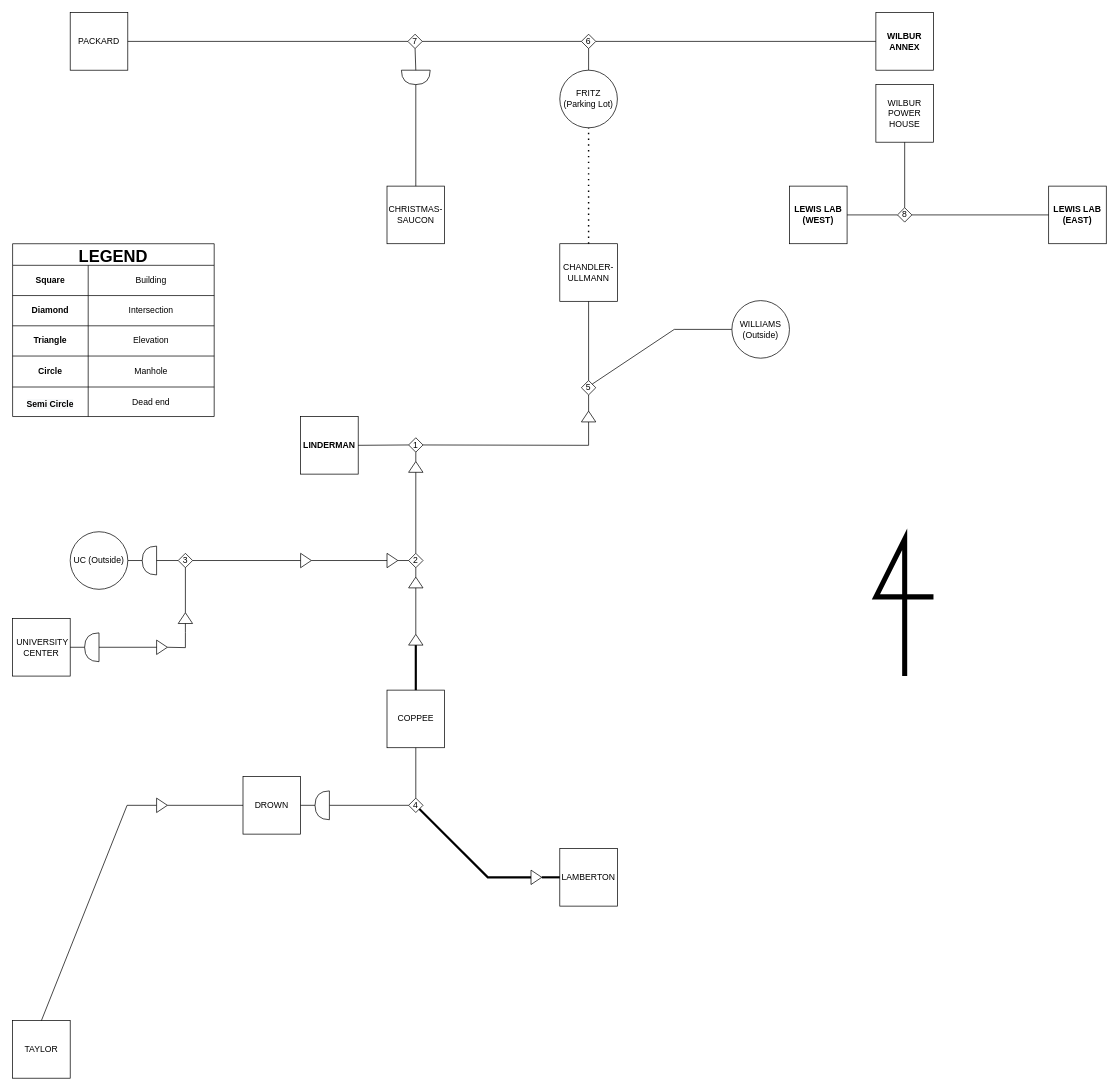
Earlier version of the draw.io diagram diagram.drawio (shun-ueda/lehigh-stream-tunnel). Source tidied: cells renumbered, new cells numbered last; positions are measured from the earlier drawing's top-left corner, leaving out a move shared by most shapes. Both pictures are drawn from the tidied source at 72%, with x=0, y=0 at pixel (12, 12).
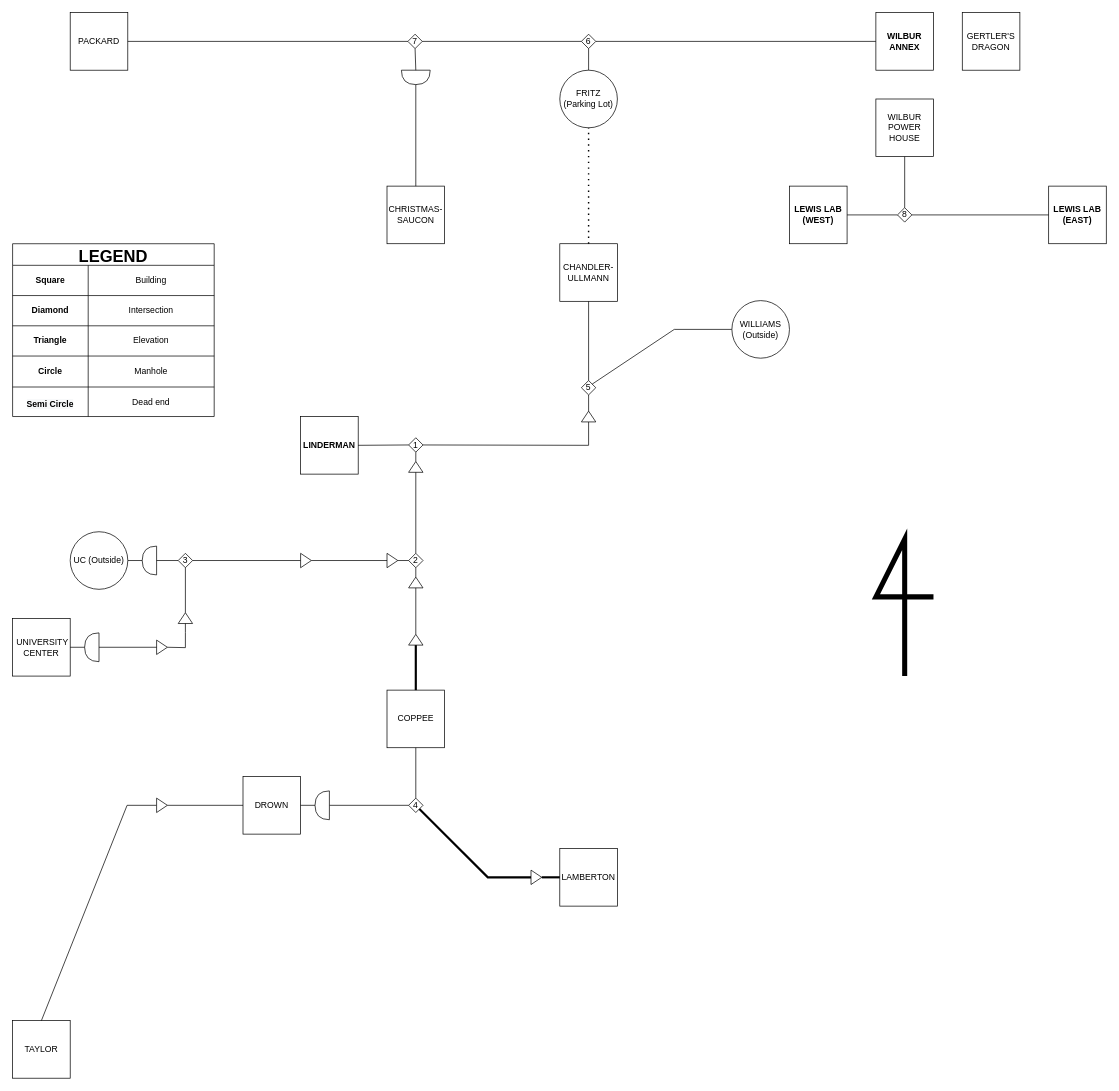
Above is the later version.

The edit, as a diff of the source:
```diff
@@
     <mxCell id="86" value="&lt;span style=&quot;font-weight: normal;&quot;&gt;WILBUR POWER HOUSE&lt;/span&gt;" style="rounded=0;whiteSpace=wrap;html=1;fontStyle=1;" parent="1" vertex="1">
-      <mxGeometry x="1199" y="100" width="80" height="80" as="geometry" />
+      <mxGeometry x="1199" y="120" width="80" height="80" as="geometry" />
     </mxCell>
@@
+    <mxCell id="93" value="&lt;span style=&quot;font-weight: normal;&quot;&gt;GERTLER'S DRAGON&lt;/span&gt;" style="rounded=0;whiteSpace=wrap;html=1;fontStyle=1;" parent="1" vertex="1">
+      <mxGeometry x="1319" width="80" height="80" as="geometry" />
+    </mxCell>
```
